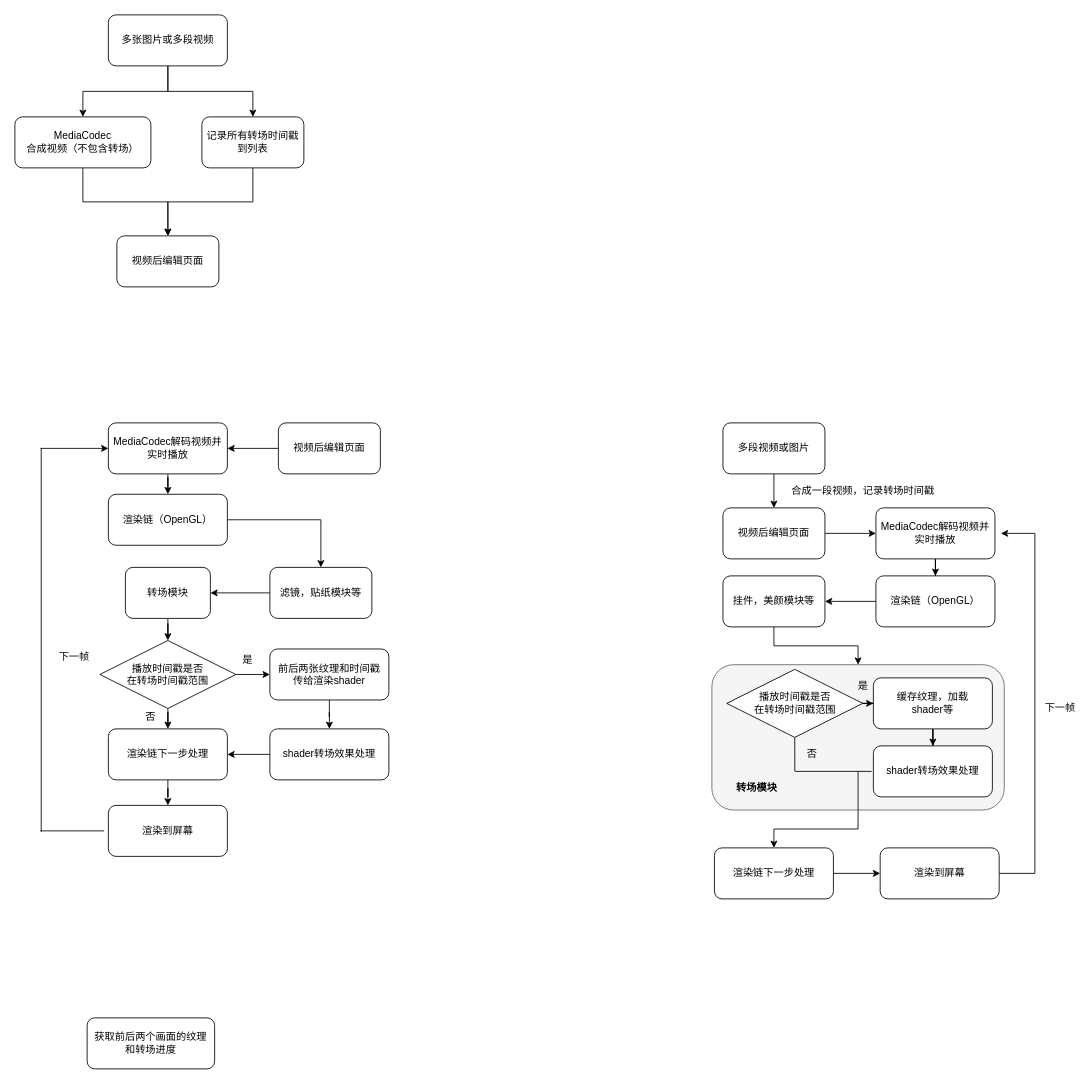
Above: page "转场2" (2 of 3) of t3.drawio in wind1096471134/Brainstorming (draw.io), before the change. Source tidied: cells renumbered, new cells numbered last; positions are measured from the earlier drawing's top-left corner, leaving out a move shared by most shapes. Both pictures are drawn from the tidied source at 85%, with x=0, y=0 at pixel (14, 14).
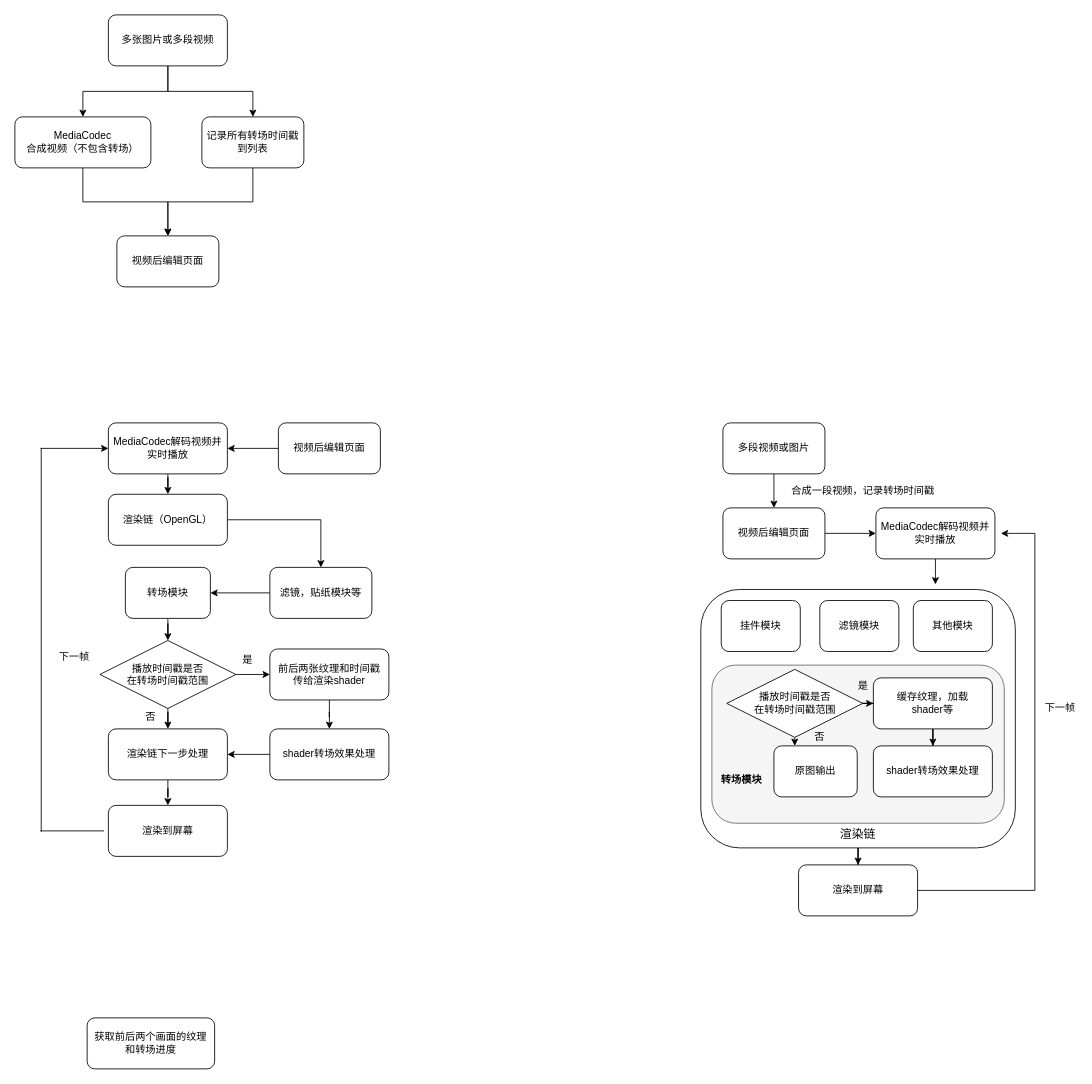
After the change.

The change refers to these unchanged cells:
```xml
<mxCell id="42" value="MediaCodec解码视频并实时播放" style="rounded=1;whiteSpace=wrap;html=1;" parent="1" vertex="1">
  <mxGeometry x="1013" y="580" width="140" height="60" as="geometry" />
</mxCell>
<mxCell id="50" value="播放时间戳是否&lt;br&gt;在转场时间戳范围" style="rhombus;whiteSpace=wrap;html=1;" parent="1" vertex="1">
  <mxGeometry x="837.5" y="770" width="160" height="80" as="geometry" />
</mxCell>
```

What changed in the source:
```diff
@@
+    <mxCell id="69" style="edgeStyle=orthogonalEdgeStyle;rounded=0;jettySize=auto;html=1;entryX=0.5;entryY=0;entryDx=0;entryDy=0;" parent="1" edge="1" source="70" target="62">
+      <mxGeometry relative="1" as="geometry" />
+    </mxCell>
+    <mxCell id="70" style="rounded=1;whiteSpace=wrap;html=1;" parent="1" vertex="1">
+      <mxGeometry x="807" y="676" width="370" height="304" as="geometry" />
+    </mxCell>
@@
-    <mxCell id="41" style="edgeStyle=orthogonalEdgeStyle;rounded=0;jettySize=auto;html=1;entryX=0.5;entryY=0;entryDx=0;entryDy=0;" parent="1" edge="1" source="42" target="44">
-      <mxGeometry relative="1" as="geometry" />
-    </mxCell>
+    <mxCell id="71" style="edgeStyle=orthogonalEdgeStyle;rounded=0;jettySize=auto;html=1;" parent="1" edge="1" source="42">
+      <mxGeometry relative="1" as="geometry">
+        <mxPoint x="1083" y="670" as="targetPoint" />
+      </mxGeometry>
+    </mxCell>
@@
-    <mxCell id="43" style="edgeStyle=orthogonalEdgeStyle;rounded=0;jettySize=auto;html=1;entryX=1;entryY=0.5;entryDx=0;entryDy=0;" parent="1" edge="1" source="44" target="46">
-      <mxGeometry relative="1" as="geometry" />
-    </mxCell>
-    <mxCell id="44" value="渲染链（OpenGL）" style="rounded=1;whiteSpace=wrap;html=1;" parent="1" vertex="1">
-      <mxGeometry x="1013" y="660" width="140" height="60" as="geometry" />
-    </mxCell>
-    <mxCell id="45" style="edgeStyle=orthogonalEdgeStyle;rounded=0;jettySize=auto;html=1;" parent="1" edge="1" source="46" target="48">
-      <mxGeometry relative="1" as="geometry" />
-    </mxCell>
-    <mxCell id="46" value="挂件，美颜模块等" style="rounded=1;whiteSpace=wrap;html=1;" parent="1" vertex="1">
-      <mxGeometry x="833" y="660" width="120" height="60" as="geometry" />
+    <mxCell id="46" value="挂件模块" style="rounded=1;whiteSpace=wrap;html=1;" parent="1" vertex="1">
+      <mxGeometry x="831" y="689" width="93" height="60" as="geometry" />
     </mxCell>
-    <mxCell id="47" style="edgeStyle=orthogonalEdgeStyle;rounded=0;jettySize=auto;html=1;entryX=0.5;entryY=0;entryDx=0;entryDy=0;" parent="1" edge="1" source="48" target="55">
-      <mxGeometry relative="1" as="geometry" />
-    </mxCell>
     <mxCell id="48" style="rounded=1;whiteSpace=wrap;html=1;fillColor=#f5f5f5;strokeColor=#666666;fontColor=#333333;" parent="1" vertex="1">
-      <mxGeometry x="820" y="764.5" width="344" height="171" as="geometry" />
+      <mxGeometry x="820" y="765" width="344" height="186" as="geometry" />
     </mxCell>
@@
-    <mxCell id="54" style="edgeStyle=orthogonalEdgeStyle;rounded=0;jettySize=auto;html=1;" parent="1" edge="1" source="55" target="62">
-      <mxGeometry relative="1" as="geometry" />
-    </mxCell>
-    <mxCell id="55" value="渲染链下一步处理" style="rounded=1;whiteSpace=wrap;html=1;" parent="1" vertex="1">
-      <mxGeometry x="823" y="980" width="140" height="60" as="geometry" />
-    </mxCell>
     <mxCell id="56" style="endArrow=none;html=1;" parent="1" edge="1">
       <mxGeometry relative="1" as="geometry">
-        <mxPoint x="1200" y="1010" as="sourcePoint" />
+        <mxPoint x="1200" y="1030" as="sourcePoint" />
         <mxPoint x="1200" y="610" as="targetPoint" />
       </mxGeometry>
     </mxCell>
@@
     <mxCell id="60" value="否" style="text;html=1;strokeColor=none;fillColor=none;align=center;verticalAlign=middle;whiteSpace=wrap;rounded=0;" parent="1" vertex="1">
-      <mxGeometry x="917.5" y="860" width="40" height="20" as="geometry" />
+      <mxGeometry x="927" y="839.5" width="40" height="20" as="geometry" />
     </mxCell>
     <mxCell id="61" style="endArrow=none;html=1;" parent="1" edge="1" source="62">
       <mxGeometry relative="1" as="geometry">
-        <mxPoint x="1200" y="1010" as="targetPoint" />
+        <mxPoint x="1200" y="1030" as="targetPoint" />
       </mxGeometry>
     </mxCell>
     <mxCell id="62" value="渲染到屏幕" style="rounded=1;whiteSpace=wrap;html=1;" parent="1" vertex="1">
-      <mxGeometry x="1018" y="980" width="140" height="60" as="geometry" />
+      <mxGeometry x="922" y="1000" width="140" height="60" as="geometry" />
     </mxCell>
-    <mxCell id="63" style="endArrow=none;html=1;exitX=0.275;exitY=0.734;exitDx=0;exitDy=0;exitPerimeter=0;" parent="1" edge="1">
-      <mxGeometry relative="1" as="geometry">
-        <mxPoint x="917.6" y="890" as="sourcePoint" />
-        <mxPoint x="917.5" y="850" as="targetPoint" />
-      </mxGeometry>
-    </mxCell>
-    <mxCell id="64" style="endArrow=none;html=1;" parent="1" edge="1">
-      <mxGeometry relative="1" as="geometry">
-        <mxPoint x="918" y="890" as="sourcePoint" />
-        <mxPoint x="1008" y="890" as="targetPoint" />
-      </mxGeometry>
-    </mxCell>
-    <mxCell id="65" style="endArrow=none;html=1;" parent="1" edge="1" target="48">
-      <mxGeometry relative="1" as="geometry">
-        <mxPoint x="991.5" y="935.5" as="sourcePoint" />
-      </mxGeometry>
-    </mxCell>
-    <mxCell id="66" style="endArrow=none;html=1;" parent="1" edge="1">
-      <mxGeometry relative="1" as="geometry">
-        <mxPoint x="992" y="935.5" as="sourcePoint" />
-        <mxPoint x="992" y="890" as="targetPoint" />
-      </mxGeometry>
-    </mxCell>
     <mxCell id="67" value="转场模块" style="text;html=1;strokeColor=none;fillColor=none;align=center;verticalAlign=middle;whiteSpace=wrap;rounded=0;fontStyle=1;" parent="1" vertex="1">
-      <mxGeometry x="837.5" y="900" width="70" height="20" as="geometry" />
+      <mxGeometry x="820" y="890" width="70" height="20" as="geometry" />
     </mxCell>
@@
+    <mxCell id="72" value="滤镜模块" style="rounded=1;whiteSpace=wrap;html=1;" parent="1" vertex="1">
+      <mxGeometry x="947" y="689" width="93" height="60" as="geometry" />
+    </mxCell>
+    <mxCell id="73" value="其他模块" style="rounded=1;whiteSpace=wrap;html=1;" parent="1" vertex="1">
+      <mxGeometry x="1057" y="689" width="93" height="60" as="geometry" />
+    </mxCell>
+    <mxCell id="74" value="&lt;font style=&quot;font-size: 14px&quot;&gt;渲染链&lt;/font&gt;" style="text;html=1;strokeColor=none;fillColor=none;align=center;verticalAlign=middle;whiteSpace=wrap;rounded=0;" parent="1" vertex="1">
+      <mxGeometry x="963" y="954" width="58" height="20" as="geometry" />
+    </mxCell>
+    <mxCell id="75" value="原图输出" style="rounded=1;whiteSpace=wrap;html=1;" parent="1" vertex="1">
+      <mxGeometry x="893" y="860" width="98" height="60" as="geometry" />
+    </mxCell>
+    <mxCell id="76" style="endArrow=classic;html=1;exitX=0.5;exitY=1;exitDx=0;exitDy=0;entryX=0.25;entryY=0;entryDx=0;entryDy=0;" parent="1" edge="1" source="50" target="75">
+      <mxGeometry relative="1" as="geometry" />
+    </mxCell>
```
